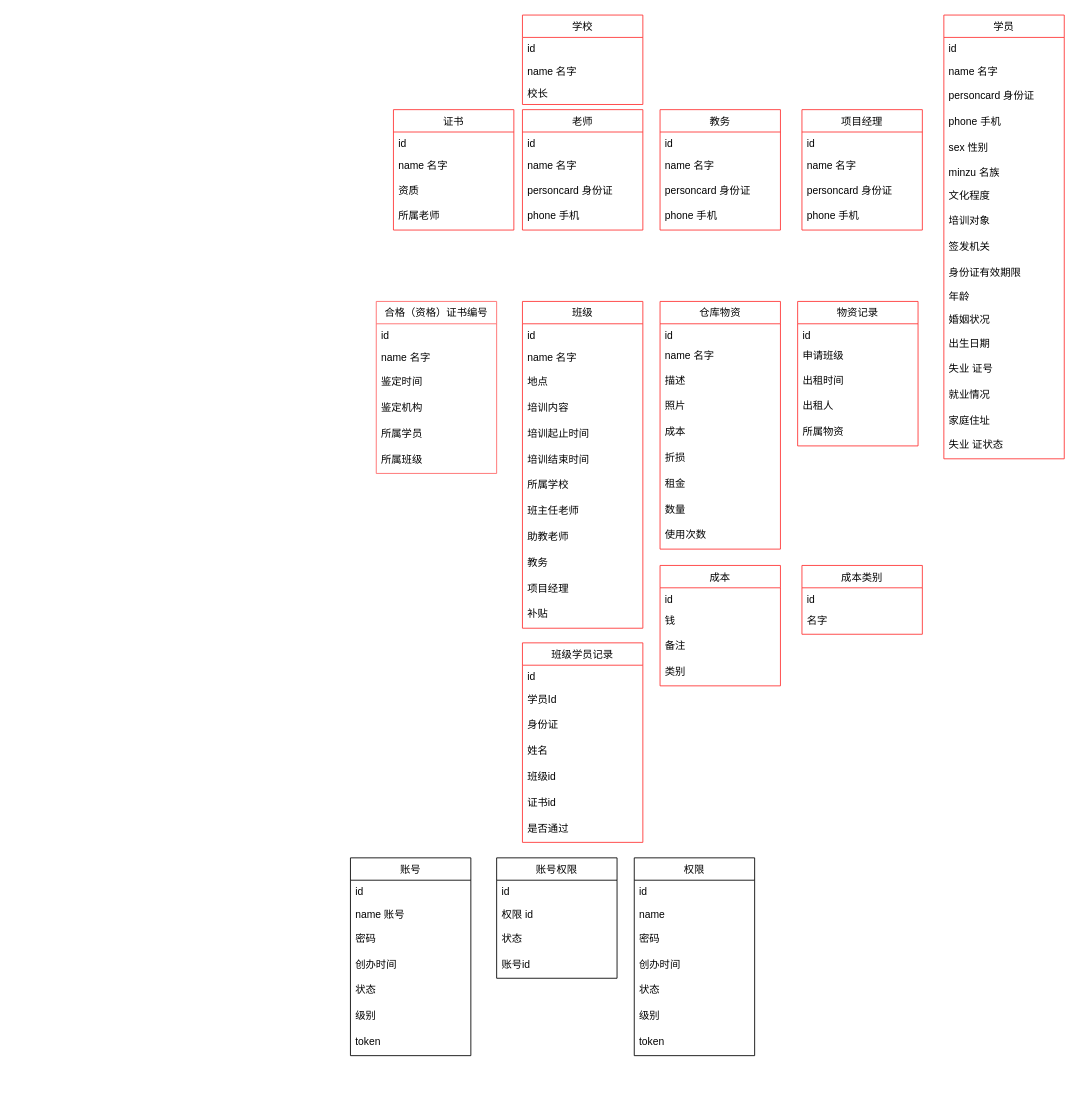
Above: 学校数据关系.drawio in ayolyy/draw (draw.io), before the change. Source tidied: cells renumbered, new cells numbered last; positions are measured from the earlier drawing's top-left corner, leaving out a move shared by most shapes. Both pictures are drawn from the tidied source at 86%, with x=0, y=0 at pixel (350, 15).
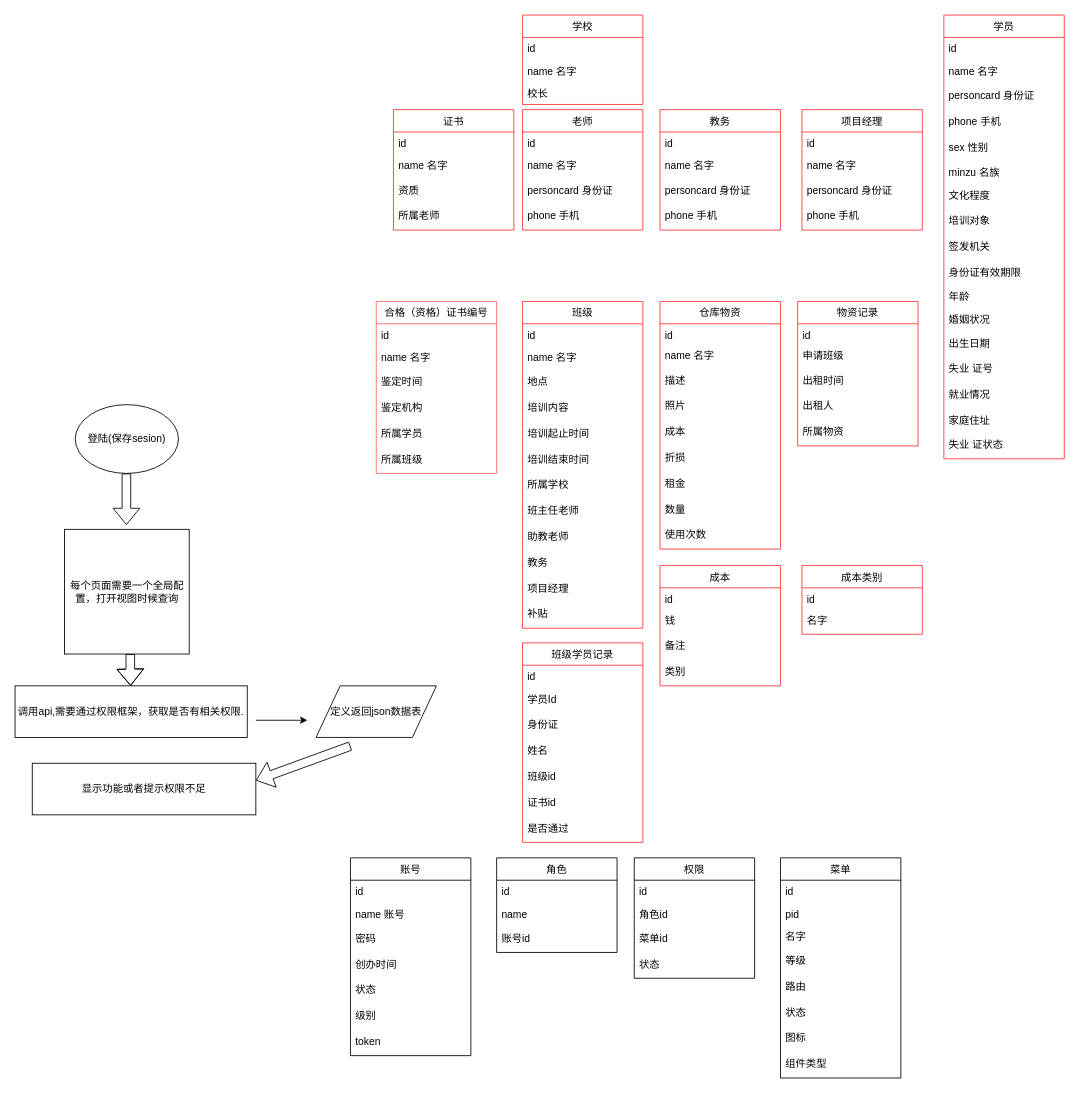
The same diagram, later.

Commit message:
更新学校数据关系.drawio

What changed in the source:
```diff
@@
-    <mxCell id="104" value="账号权限" style="swimlane;fontStyle=0;horizontal=1;startSize=26;fillColor=none;" parent="1" vertex="1">
-      <mxGeometry x="170" y="980" width="140" height="140" as="geometry" />
-    </mxCell>
-    <mxCell id="105" value="id" style="text;strokeColor=none;fillColor=none;align=left;verticalAlign=top;spacingLeft=4;spacingRight=4;overflow=hidden;" parent="104" vertex="1">
-      <mxGeometry y="26" width="140" height="26" as="geometry" />
-    </mxCell>
-    <mxCell id="106" value="权限 id" style="text;strokeColor=none;fillColor=none;align=left;verticalAlign=top;spacingLeft=4;spacingRight=4;overflow=hidden;" parent="104" vertex="1">
-      <mxGeometry y="52" width="140" height="28" as="geometry" />
-    </mxCell>
-    <mxCell id="107" value="状态" style="text;strokeColor=none;fillColor=none;align=left;verticalAlign=top;spacingLeft=4;spacingRight=4;overflow=hidden;" parent="104" vertex="1">
-      <mxGeometry y="80" width="140" height="30" as="geometry" />
-    </mxCell>
-    <mxCell id="108" value="账号id" style="text;strokeColor=none;fillColor=none;align=left;verticalAlign=top;spacingLeft=4;spacingRight=4;overflow=hidden;" parent="104" vertex="1">
-      <mxGeometry y="110" width="140" height="30" as="geometry" />
-    </mxCell>
     <mxCell id="109" value="权限" style="swimlane;fontStyle=0;horizontal=1;startSize=26;fillColor=none;" parent="1" vertex="1">
-      <mxGeometry x="330" y="980" width="140" height="230" as="geometry" />
+      <mxGeometry x="330" y="980" width="140" height="140" as="geometry" />
     </mxCell>
@@
-    <mxCell id="111" value="name" style="text;strokeColor=none;fillColor=none;align=left;verticalAlign=top;spacingLeft=4;spacingRight=4;overflow=hidden;" parent="109" vertex="1">
+    <mxCell id="111" value="角色id" style="text;strokeColor=none;fillColor=none;align=left;verticalAlign=top;spacingLeft=4;spacingRight=4;overflow=hidden;" parent="109" vertex="1">
       <mxGeometry y="52" width="140" height="28" as="geometry" />
     </mxCell>
-    <mxCell id="112" value="密码" style="text;strokeColor=none;fillColor=none;align=left;verticalAlign=top;spacingLeft=4;spacingRight=4;overflow=hidden;" parent="109" vertex="1">
+    <mxCell id="112" value="菜单id" style="text;strokeColor=none;fillColor=none;align=left;verticalAlign=top;spacingLeft=4;spacingRight=4;overflow=hidden;" parent="109" vertex="1">
       <mxGeometry y="80" width="140" height="30" as="geometry" />
     </mxCell>
-    <mxCell id="113" value="创办时间" style="text;strokeColor=none;fillColor=none;align=left;verticalAlign=top;spacingLeft=4;spacingRight=4;overflow=hidden;" parent="109" vertex="1">
-      <mxGeometry y="110" width="140" height="30" as="geometry" />
-    </mxCell>
     <mxCell id="114" value="状态" style="text;strokeColor=none;fillColor=none;align=left;verticalAlign=top;spacingLeft=4;spacingRight=4;overflow=hidden;" parent="109" vertex="1">
-      <mxGeometry y="140" width="140" height="30" as="geometry" />
+      <mxGeometry y="110" width="140" height="30" as="geometry" />
     </mxCell>
-    <mxCell id="115" value="级别" style="text;strokeColor=none;fillColor=none;align=left;verticalAlign=top;spacingLeft=4;spacingRight=4;overflow=hidden;" parent="109" vertex="1">
-      <mxGeometry y="170" width="140" height="30" as="geometry" />
-    </mxCell>
-    <mxCell id="116" value="token" style="text;strokeColor=none;fillColor=none;align=left;verticalAlign=top;spacingLeft=4;spacingRight=4;overflow=hidden;" parent="109" vertex="1">
-      <mxGeometry y="200" width="140" height="30" as="geometry" />
-    </mxCell>
+    <mxCell id="117" value="角色" style="swimlane;fontStyle=0;horizontal=1;startSize=26;fillColor=none;" parent="1" vertex="1">
+      <mxGeometry x="170" y="980" width="140" height="110" as="geometry" />
+    </mxCell>
+    <mxCell id="118" value="id" style="text;strokeColor=none;fillColor=none;align=left;verticalAlign=top;spacingLeft=4;spacingRight=4;overflow=hidden;" parent="117" vertex="1">
+      <mxGeometry y="26" width="140" height="26" as="geometry" />
+    </mxCell>
+    <mxCell id="119" value="name" style="text;strokeColor=none;fillColor=none;align=left;verticalAlign=top;spacingLeft=4;spacingRight=4;overflow=hidden;" parent="117" vertex="1">
+      <mxGeometry y="52" width="140" height="28" as="geometry" />
+    </mxCell>
+    <mxCell id="108" value="账号id" style="text;strokeColor=none;fillColor=none;align=left;verticalAlign=top;spacingLeft=4;spacingRight=4;overflow=hidden;" parent="117" vertex="1">
+      <mxGeometry y="80" width="140" height="30" as="geometry" />
+    </mxCell>
+    <mxCell id="120" value="菜单" style="swimlane;fontStyle=0;horizontal=1;startSize=26;fillColor=none;" parent="1" vertex="1">
+      <mxGeometry x="500" y="980" width="140" height="256" as="geometry" />
+    </mxCell>
+    <mxCell id="121" value="id" style="text;strokeColor=none;fillColor=none;align=left;verticalAlign=top;spacingLeft=4;spacingRight=4;overflow=hidden;" parent="120" vertex="1">
+      <mxGeometry y="26" width="140" height="26" as="geometry" />
+    </mxCell>
+    <mxCell id="122" value="pid" style="text;strokeColor=none;fillColor=none;align=left;verticalAlign=top;spacingLeft=4;spacingRight=4;overflow=hidden;" parent="120" vertex="1">
+      <mxGeometry y="52" width="140" height="26" as="geometry" />
+    </mxCell>
+    <mxCell id="123" value="名字" style="text;strokeColor=none;fillColor=none;align=left;verticalAlign=top;spacingLeft=4;spacingRight=4;overflow=hidden;" parent="120" vertex="1">
+      <mxGeometry y="78" width="140" height="28" as="geometry" />
+    </mxCell>
+    <mxCell id="124" value="等级" style="text;strokeColor=none;fillColor=none;align=left;verticalAlign=top;spacingLeft=4;spacingRight=4;overflow=hidden;" parent="120" vertex="1">
+      <mxGeometry y="106" width="140" height="30" as="geometry" />
+    </mxCell>
+    <mxCell id="125" value="路由" style="text;strokeColor=none;fillColor=none;align=left;verticalAlign=top;spacingLeft=4;spacingRight=4;overflow=hidden;" parent="120" vertex="1">
+      <mxGeometry y="136" width="140" height="30" as="geometry" />
+    </mxCell>
+    <mxCell id="107" value="状态" style="text;strokeColor=none;fillColor=none;align=left;verticalAlign=top;spacingLeft=4;spacingRight=4;overflow=hidden;" parent="120" vertex="1">
+      <mxGeometry y="166" width="140" height="30" as="geometry" />
+    </mxCell>
+    <mxCell id="126" value="图标" style="text;strokeColor=none;fillColor=none;align=left;verticalAlign=top;spacingLeft=4;spacingRight=4;overflow=hidden;" parent="120" vertex="1">
+      <mxGeometry y="196" width="140" height="30" as="geometry" />
+    </mxCell>
+    <mxCell id="127" value="组件类型" style="text;strokeColor=none;fillColor=none;align=left;verticalAlign=top;spacingLeft=4;spacingRight=4;overflow=hidden;" parent="120" vertex="1">
+      <mxGeometry y="226" width="140" height="30" as="geometry" />
+    </mxCell>
+    <mxCell id="128" value="登陆(保存sesion)" style="ellipse;whiteSpace=wrap;html=1;" parent="1" vertex="1">
+      <mxGeometry x="-320" y="453" width="120" height="80" as="geometry" />
+    </mxCell>
+    <mxCell id="129" style="shape=flexArrow;endArrow=classic;html=1;" parent="1" edge="1">
+      <mxGeometry relative="1" as="geometry">
+        <mxPoint x="-260.5" y="533" as="sourcePoint" />
+        <mxPoint x="-260.5" y="593" as="targetPoint" />
+      </mxGeometry>
+    </mxCell>
+    <mxCell id="130" value="每个页面需要一个全局配置，打开视图时候查询" style="whiteSpace=wrap;html=1;" parent="1" vertex="1">
+      <mxGeometry x="-332.5" y="598" width="145" height="145" as="geometry" />
+    </mxCell>
+    <mxCell id="131" style="shape=flexArrow;endArrow=classic;html=1;" parent="1" edge="1" target="132">
+      <mxGeometry relative="1" as="geometry">
+        <mxPoint x="-256" y="743" as="sourcePoint" />
+        <Array as="points">
+          <mxPoint x="-256" y="760" />
+        </Array>
+      </mxGeometry>
+    </mxCell>
+    <mxCell id="132" value="调用api,需要通过权限框架，获取是否有相关权限." style="rounded=0;whiteSpace=wrap;html=1;" parent="1" vertex="1">
+      <mxGeometry x="-390" y="780" width="270" height="60" as="geometry" />
+    </mxCell>
+    <mxCell id="133" value="定义返回json数据表" style="shape=parallelogram;perimeter=parallelogramPerimeter;whiteSpace=wrap;html=1;" parent="1" vertex="1">
+      <mxGeometry x="-40" y="780" width="140" height="60" as="geometry" />
+    </mxCell>
+    <mxCell id="134" style="endArrow=classic;html=1;" parent="1" edge="1">
+      <mxGeometry relative="1" as="geometry">
+        <mxPoint x="-110" y="820" as="sourcePoint" />
+        <mxPoint x="-50" y="820" as="targetPoint" />
+      </mxGeometry>
+    </mxCell>
+    <mxCell id="135" style="shape=flexArrow;endArrow=classic;html=1;" parent="1" edge="1">
+      <mxGeometry relative="1" as="geometry">
+        <mxPoint y="850" as="sourcePoint" />
+        <mxPoint x="-110" y="890" as="targetPoint" />
+      </mxGeometry>
+    </mxCell>
+    <mxCell id="136" value="显示功能或者提示权限不足" style="rounded=0;whiteSpace=wrap;html=1;" parent="1" vertex="1">
+      <mxGeometry x="-370" y="870" width="260" height="60" as="geometry" />
+    </mxCell>
```
